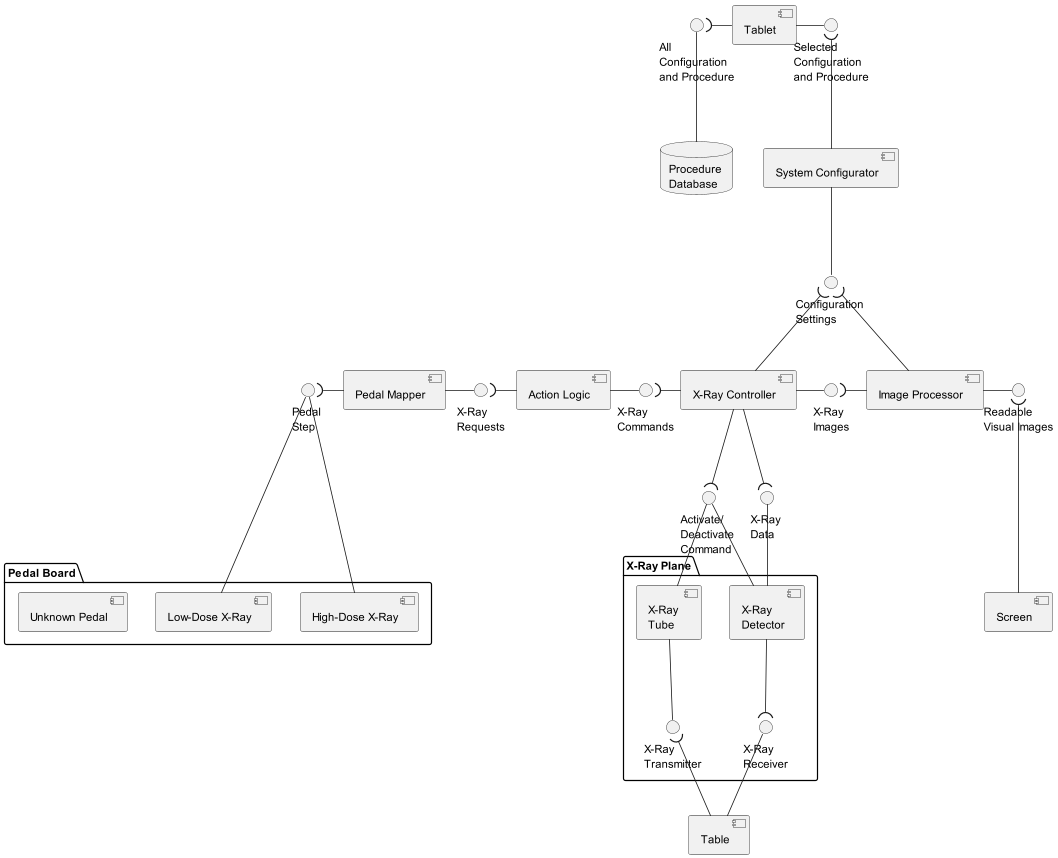
Earlier version of the PlantUML export 4-uml/component.png (bartwc/SoftwareSystems). The source it was exported from:
```plantuml
@startuml component

package "Pedal Board" {
component [Low-Dose X-Ray] as comp_pedal_low
component [High-Dose X-Ray] as comp_pedal_high
component [Unknown Pedal] as comp_pedal_unknown
}

interface "Pedal \nStep" as intf_pedal_step
component [Pedal Mapper] as comp_pedal_mapper
interface "X-Ray \nRequests" as intf_xray_req
component [Action Logic] as comp_act_log
interface "X-Ray \nCommands" as intf_xray_commands
component [X-Ray Controller] as comp_xray_control
interface "X-Ray \nImages" as intf_xray_img
component [Image Processor] as comp_image_proc
interface "Readable \nVisual Images" as intf_visual_images
component [Screen] as comp_screen
interface "Configuration \nSettings" as intf_config_set
component [System Configurator] as comp_sys_config
interface "Selected \nConfiguration \nand Procedure" as intf_sys_config_med_proc
component [Tablet] as comp_tablet
interface "All \nConfiguration \nand Procedure" as intf_sys_config_comp_set
database "Procedure \nDatabase" as data_proc_data

package "X-Ray Plane" {
component [X-Ray \nTube] as comp_xray_tube
component [X-Ray \nDetector] as comp_xray_detector
interface "X-Ray \nTransmitter" as intf_xray_transmit
interface "X-Ray \nReceiver" as intf_xray_receive
}
component [Table] as comp_table

interface "Activate/\nDeactivate \nCommand" as intf_act_deact_comm
interface "X-Ray \nData" as intf_act_xray_info


    comp_pedal_low -up-- intf_pedal_step
    comp_pedal_high -up-- intf_pedal_step
    intf_pedal_step )-right- comp_pedal_mapper

    comp_pedal_mapper -right- intf_xray_req
    intf_xray_req )-right- comp_act_log

    comp_act_log -right- intf_xray_commands
    intf_xray_commands )-right- comp_xray_control

    comp_xray_control -right- intf_xray_img
    intf_xray_img )-right- comp_image_proc

    comp_image_proc -right- intf_visual_images
    intf_visual_images )-down-- comp_screen

    data_proc_data -up-- intf_sys_config_comp_set
    intf_sys_config_comp_set )-right- comp_tablet

    comp_tablet -right- intf_sys_config_med_proc
    intf_sys_config_med_proc )-down-- comp_sys_config

    comp_sys_config -down- intf_config_set
    intf_config_set )-down- comp_xray_control
    intf_config_set )-down- comp_image_proc

    comp_xray_tube -down- intf_xray_transmit
    intf_xray_transmit )-down- comp_table

    comp_table -up- intf_xray_receive
    intf_xray_receive )-up- comp_xray_detector

    comp_xray_detector -up- intf_act_xray_info
    intf_act_xray_info )-up- comp_xray_control

    comp_xray_tube -up- intf_act_deact_comm
    comp_xray_detector -left- intf_act_deact_comm
    intf_act_deact_comm )-up- comp_xray_control


@enduml
```
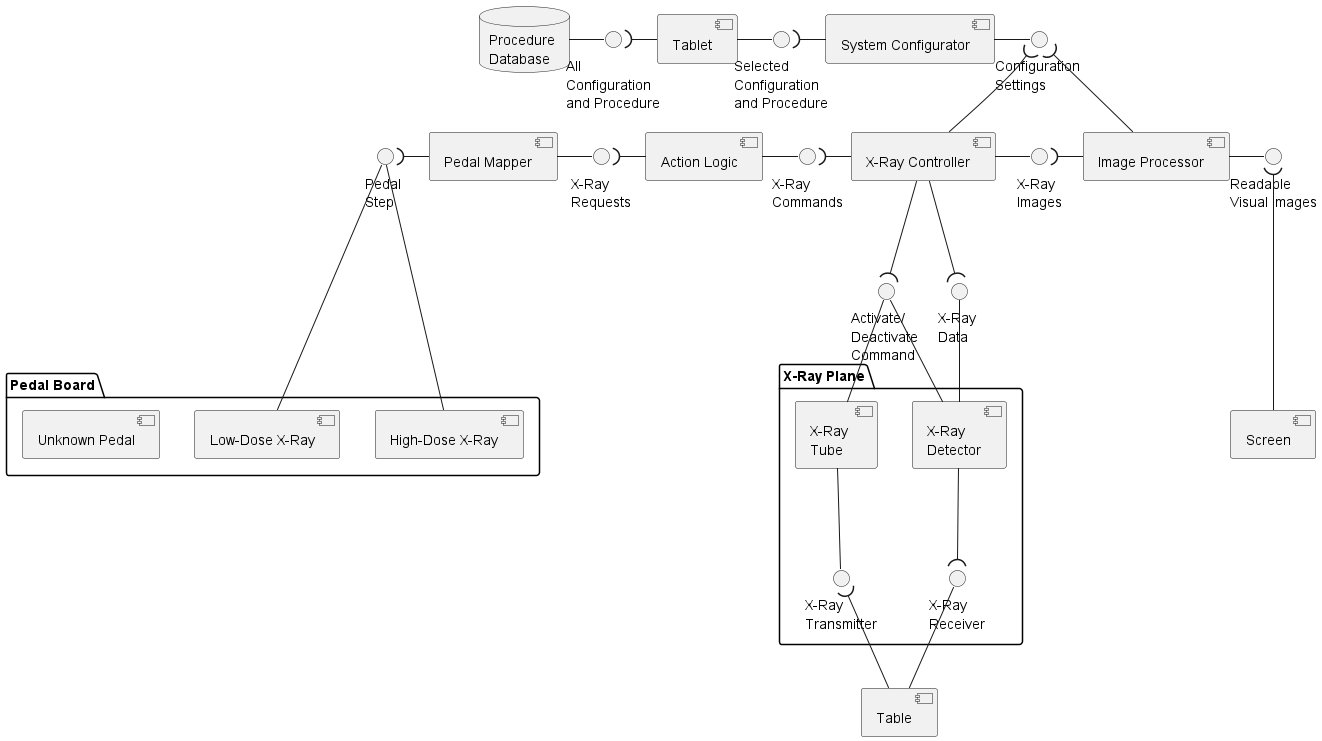
The same file after the commit.

Commit message:
Merge remote-tracking branch 'origin/part2_barry' into part2_barry

# Conflicts:
#	4-uml/component.puml
#	4-uml/sequence-pedal-1.puml

Diff of the diagram source:
```diff
@@ -51,13 +51,13 @@
     comp_image_proc -right- intf_visual_images
     intf_visual_images )-down-- comp_screen
 
-    data_proc_data -up-- intf_sys_config_comp_set
+    data_proc_data -right-- intf_sys_config_comp_set
     intf_sys_config_comp_set )-right- comp_tablet
 
     comp_tablet -right- intf_sys_config_med_proc
-    intf_sys_config_med_proc )-down-- comp_sys_config
+    intf_sys_config_med_proc )-right-- comp_sys_config
 
-    comp_sys_config -down- intf_config_set
+    comp_sys_config -right- intf_config_set
     intf_config_set )-down- comp_xray_control
     intf_config_set )-down- comp_image_proc
 
@@ -67,12 +67,14 @@
     comp_table -up- intf_xray_receive
     intf_xray_receive )-up- comp_xray_detector
 
-    comp_xray_detector -up- intf_act_xray_info
-    intf_act_xray_info )-up- comp_xray_control
-
     comp_xray_tube -up- intf_act_deact_comm
     comp_xray_detector -left- intf_act_deact_comm
     intf_act_deact_comm )-up- comp_xray_control
 
+    comp_xray_detector -up- intf_act_xray_info
+    intf_act_xray_info )-up- comp_xray_control
+
+
+
 
 @enduml
```
